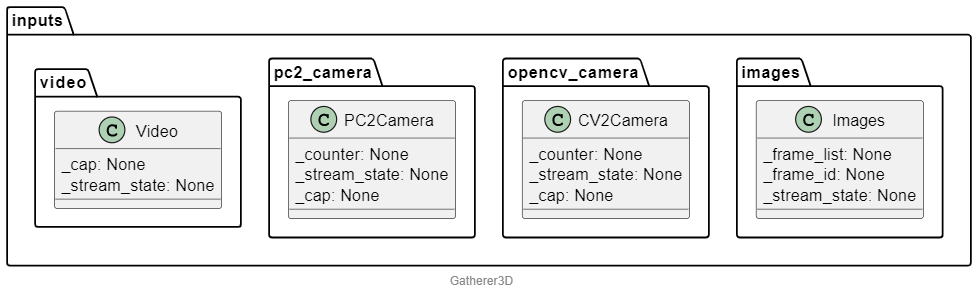
This is docs/architecture/exports/2-inputs.png from kArmadi110/Gatherer3Dv2, a PlantUML export, as it was before one commit. Its source is kept beside it as docs/architecture/2-inputs.puml.
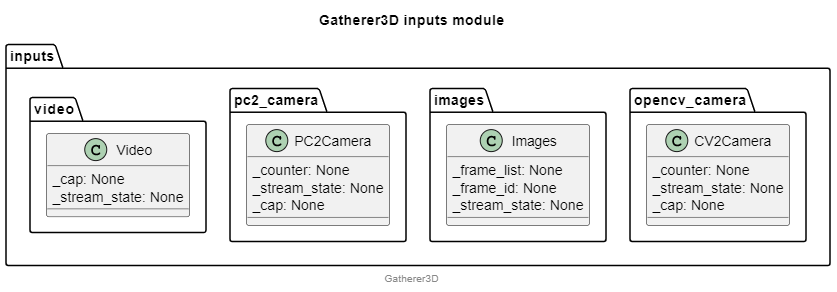
Above is the later version.

Change to the diagram source:
```diff
@@ -1,4 +1,7 @@
-@startuml inputs
+@startuml Gatherer3D inputs module
+
+title **Gatherer3D inputs module**
+
 namespace inputs {
     namespace images {}
     namespace opencv_camera {}
```
